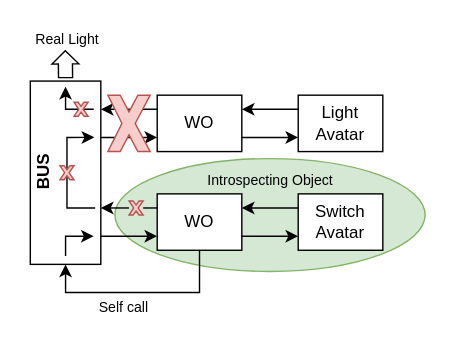
Before: fig/drawio/WO_Dream.drawio in Sylv-Lej/thesis-separation-concerns, a draw.io diagram. Source tidied: cells renumbered, new cells numbered last; positions are measured from the earlier drawing's top-left corner, leaving out a move shared by most shapes. Both pictures are drawn from the tidied source at 141%, with x=0, y=0 at pixel (16, 24).
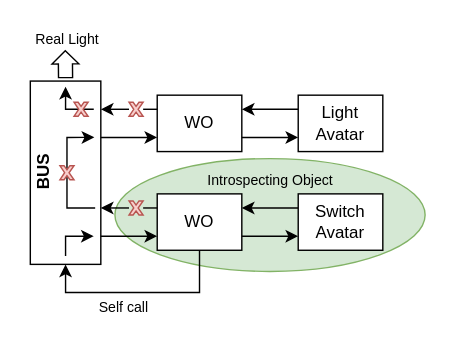
Above is the later version.

The edit, as a diff of the source:
```diff
@@
-    <mxCell id="17" style="endArrow=none;html=1;rounded=0;endWidth=12.413793103448276;startArrow=classic;startFill=1;endFill=0;" parent="1" edge="1">
+    <mxCell id="17" style="endArrow=none;html=1;rounded=0;endWidth=12.413793103448276;startArrow=none;startFill=1;endFill=0;" parent="1" edge="1" source="30">
       <mxGeometry relative="1" as="geometry">
-        <mxPoint x="60" y="60" as="sourcePoint" />
         <mxPoint x="100" y="60" as="targetPoint" />
         <Array as="points">
           <mxPoint x="100" y="60" />
         </Array>
       </mxGeometry>
     </mxCell>
@@
-    <mxCell id="27" style="verticalLabelPosition=bottom;verticalAlign=top;html=1;shape=mxgraph.basic.x;fontSize=10;fillColor=#f8cecc;strokeColor=#b85450;" parent="1" vertex="1">
-      <mxGeometry x="65" y="50" width="30" height="40" as="geometry" />
-    </mxCell>
@@
+    <mxCell id="30" style="verticalLabelPosition=bottom;verticalAlign=top;html=1;shape=mxgraph.basic.x;fontSize=10;fillColor=#f8cecc;strokeColor=#b85450;" parent="1" vertex="1">
+      <mxGeometry x="80" y="55" width="10" height="10" as="geometry" />
+    </mxCell>
+    <mxCell id="31" style="endArrow=none;html=1;rounded=0;endWidth=12.413793103448276;startArrow=classic;startFill=1;endFill=0;" parent="1" edge="1" target="30">
+      <mxGeometry relative="1" as="geometry">
+        <mxPoint x="60" y="60" as="sourcePoint" />
+      </mxGeometry>
+    </mxCell>
```
